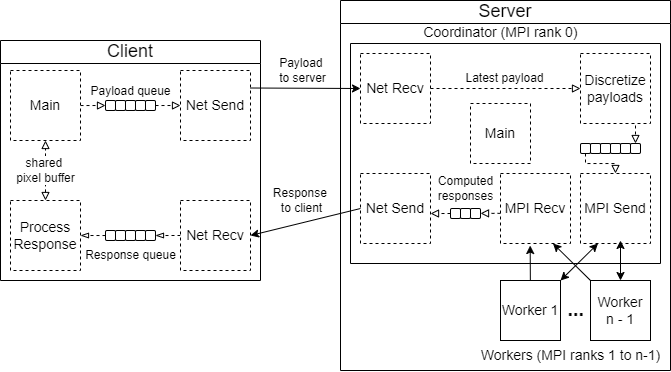
Before: papers/2025_SSCAD-WIC/figures/system_architecture.png, a diagram exported from draw.io (schnorr/fractal_pcad). Source tidied: cells renumbered, new cells last; positions are measured from the earlier drawing's top-left corner, leaving out a move shared by most shapes.
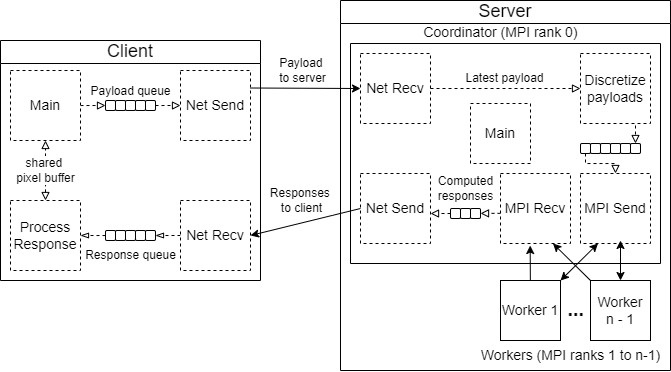
After the commit.

Diff of the diagram source:
```diff
@@ -223,7 +223,7 @@
     <mxCell id="60" style="rounded=0;jettySize=auto;html=1;entryX=1;entryY=0.5;entryDx=0;entryDy=0;exitX=0;exitY=0.5;exitDx=0;exitDy=0;" parent="1" edge="1" source="7" target="43">
       <mxGeometry relative="1" as="geometry" />
     </mxCell>
-    <mxCell id="61" value="&lt;font face=&quot;Helvetica&quot; style=&quot;font-size: 12px;&quot;&gt;Response&amp;nbsp;&lt;/font&gt;&lt;div&gt;&lt;font face=&quot;Helvetica&quot; style=&quot;font-size: 12px;&quot;&gt;to client&lt;/font&gt;&lt;/div&gt;" style="edgeLabel;html=1;align=center;verticalAlign=middle;" parent="60" vertex="1">
+    <mxCell id="61" value="&lt;font face=&quot;Helvetica&quot; style=&quot;font-size: 12px;&quot;&gt;Responses&amp;nbsp;&lt;/font&gt;&lt;div&gt;&lt;font face=&quot;Helvetica&quot; style=&quot;font-size: 12px;&quot;&gt;to client&lt;/font&gt;&lt;/div&gt;" style="edgeLabel;html=1;align=center;verticalAlign=middle;" parent="60" vertex="1">
       <mxGeometry x="0.02" y="-3" relative="1" as="geometry">
         <mxPoint x="-2" y="-19" as="offset" />
       </mxGeometry>
```
